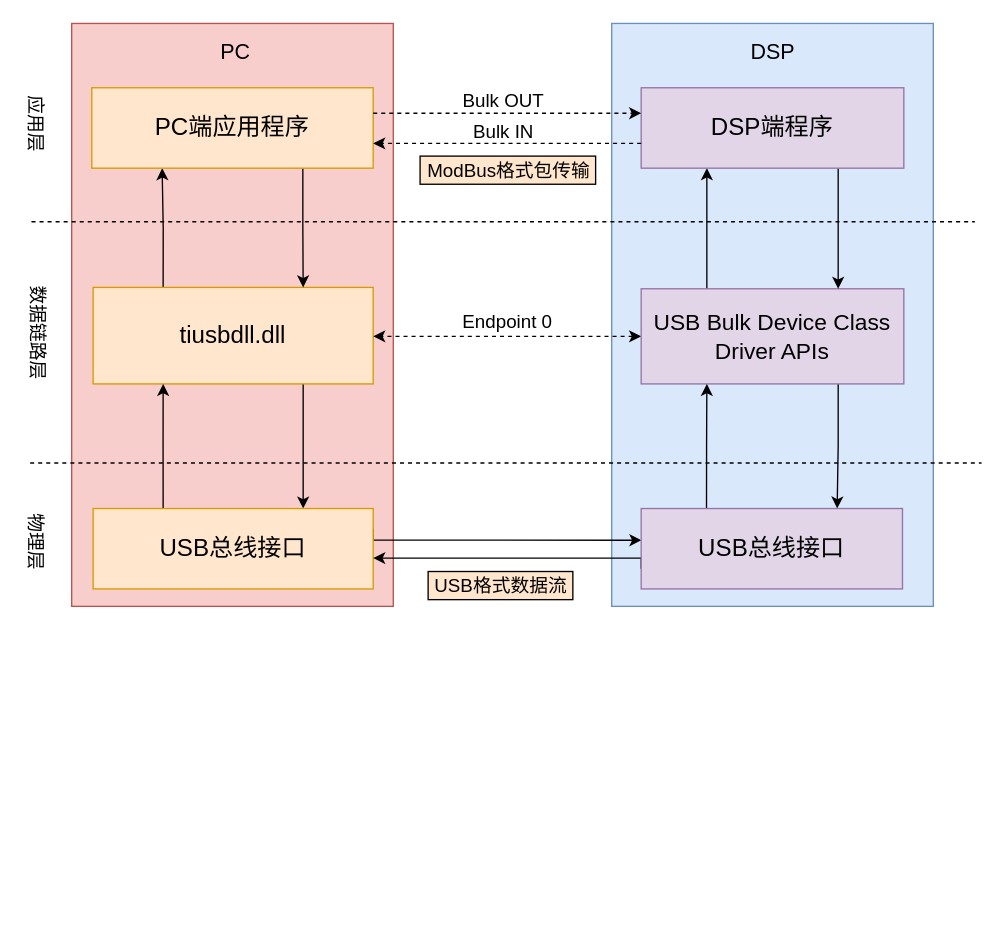
Earlier version of the draw.io diagram page "分层模型" (1 of 5) of Untitled Diagram.drawio (fuxinsen/test). Source tidied: cells renumbered, new cells numbered last; positions are measured from the earlier drawing's top-left corner, leaving out a move shared by most shapes. Both pictures are drawn from the tidied source at 134%, with x=0, y=0 at pixel (-15, 23).
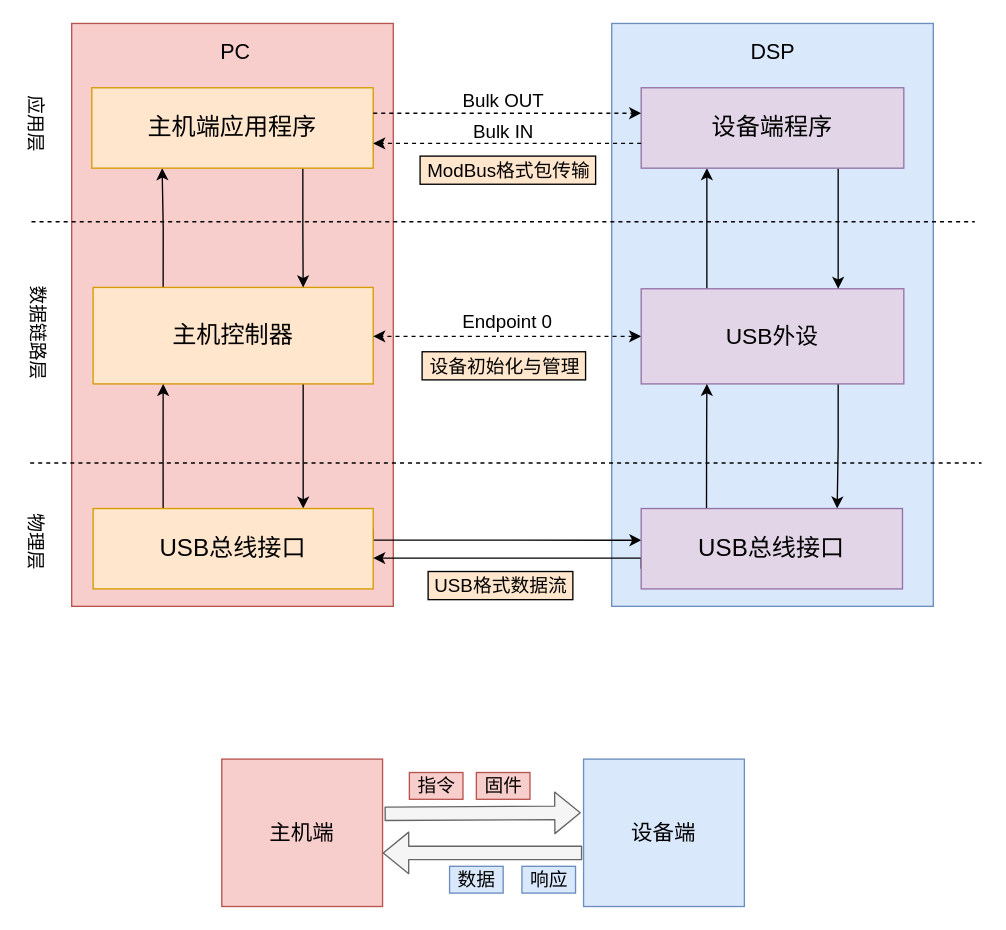
The same diagram, later.

Diff of the diagram source:
```diff
@@
-    <mxCell id="7" value="tiusbdll.dll" style="whiteSpace=wrap;html=1;shadow=0;fontSize=18;sketch=0;rounded=0;glass=0;strokeWidth=1;fillColor=#ffe6cc;strokeColor=#d79b00;" parent="1" vertex="1">
+    <mxCell id="7" value="主机控制器" style="whiteSpace=wrap;html=1;shadow=0;fontSize=18;sketch=0;rounded=0;glass=0;strokeWidth=1;fillColor=#ffe6cc;strokeColor=#d79b00;" parent="1" vertex="1">
       <mxGeometry x="80" y="197" width="209" height="72" as="geometry" />
     </mxCell>
@@
-    <mxCell id="14" value="&lt;font style=&quot;font-size: 17px&quot;&gt;USB Bulk Device Class &lt;br&gt;Driver APIs&lt;/font&gt;" style="whiteSpace=wrap;html=1;shadow=0;fontSize=18;sketch=0;rounded=0;glass=0;strokeWidth=1;fillColor=#e1d5e7;strokeColor=#9673a6;" parent="1" vertex="1">
+    <mxCell id="14" value="&lt;span style=&quot;font-size: 17px&quot;&gt;USB外设&lt;/span&gt;" style="whiteSpace=wrap;html=1;shadow=0;fontSize=18;sketch=0;rounded=0;glass=0;strokeWidth=1;fillColor=#e1d5e7;strokeColor=#9673a6;" parent="1" vertex="1">
       <mxGeometry x="489" y="198" width="196" height="71" as="geometry" />
     </mxCell>
@@
-    <mxCell id="19" value="PC端应用程序" style="whiteSpace=wrap;html=1;shadow=0;fontSize=18;sketch=0;rounded=0;glass=0;strokeWidth=1;fillColor=#ffe6cc;strokeColor=#d79b00;" parent="1" vertex="1">
+    <mxCell id="19" value="主机端应用程序" style="whiteSpace=wrap;html=1;shadow=0;fontSize=18;sketch=0;rounded=0;glass=0;strokeWidth=1;fillColor=#ffe6cc;strokeColor=#d79b00;" parent="1" vertex="1">
       <mxGeometry x="79" y="48" width="210" height="60" as="geometry" />
     </mxCell>
@@
-    <mxCell id="21" value="&lt;span&gt;DSP端程序&lt;/span&gt;" style="whiteSpace=wrap;html=1;shadow=0;fontSize=18;sketch=0;rounded=0;glass=0;fillColor=#e1d5e7;strokeWidth=1;strokeColor=#9673a6;" parent="1" vertex="1">
+    <mxCell id="21" value="&lt;span&gt;设备端程序&lt;/span&gt;" style="whiteSpace=wrap;html=1;shadow=0;fontSize=18;sketch=0;rounded=0;glass=0;fillColor=#e1d5e7;strokeWidth=1;strokeColor=#9673a6;" parent="1" vertex="1">
       <mxGeometry x="489" y="48" width="196" height="60" as="geometry" />
     </mxCell>
@@
+    <mxCell id="35" value="设备初始化与管理" style="text;html=1;align=center;verticalAlign=middle;fillColor=#ffe6cc;fontSize=14;shadow=0;strokeColor=#000000;strokeWidth=1;" parent="1" vertex="1">
+      <mxGeometry x="325.5" y="245" width="122" height="21" as="geometry" />
+    </mxCell>
+    <mxCell id="36" value="主机端" style="rounded=0;whiteSpace=wrap;html=1;shadow=0;fontSize=16;startSize=0;strokeWidth=1;strokeColor=#b85450;fillColor=#f8cecc;" parent="1" vertex="1">
+      <mxGeometry x="176" y="549" width="120" height="110" as="geometry" />
+    </mxCell>
+    <mxCell id="37" value="设备端" style="rounded=0;whiteSpace=wrap;html=1;shadow=0;fontSize=16;startSize=0;strokeWidth=1;strokeColor=#6c8ebf;fillColor=#dae8fc;" parent="1" vertex="1">
+      <mxGeometry x="446" y="549" width="120" height="110" as="geometry" />
+    </mxCell>
+    <mxCell id="38" style="shape=flexArrow;endArrow=classic;html=1;fillColor=#f5f5f5;strokeColor=#666666;exitX=1.012;exitY=0.371;exitDx=0;exitDy=0;exitPerimeter=0;" parent="1" edge="1" source="36">
+      <mxGeometry relative="1" as="geometry">
+        <mxPoint x="444" y="589" as="targetPoint" />
+      </mxGeometry>
+    </mxCell>
+    <mxCell id="39" value="固件" style="text;html=1;align=center;verticalAlign=middle;strokeColor=#b85450;fontSize=14;fillColor=#f8cecc;" parent="1" vertex="1">
+      <mxGeometry x="366" y="559" width="40" height="20" as="geometry" />
+    </mxCell>
+    <mxCell id="40" style="shape=flexArrow;endArrow=classic;html=1;fontSize=16;fillColor=#f5f5f5;strokeColor=#666666;" parent="1" edge="1">
+      <mxGeometry relative="1" as="geometry">
+        <mxPoint x="445" y="619" as="sourcePoint" />
+        <mxPoint x="296" y="619" as="targetPoint" />
+      </mxGeometry>
+    </mxCell>
+    <mxCell id="41" value="数据" style="text;html=1;align=center;verticalAlign=middle;strokeColor=#6c8ebf;fontSize=14;fillColor=#dae8fc;" parent="1" vertex="1">
+      <mxGeometry x="346" y="629" width="40" height="20" as="geometry" />
+    </mxCell>
+    <mxCell id="42" value="响应" style="text;html=1;align=center;verticalAlign=middle;strokeColor=#6c8ebf;fontSize=14;fillColor=#dae8fc;" parent="1" vertex="1">
+      <mxGeometry x="400" y="629" width="40" height="20" as="geometry" />
+    </mxCell>
+    <mxCell id="43" value="指令" style="text;html=1;align=center;verticalAlign=middle;strokeColor=#b85450;fontSize=14;fillColor=#f8cecc;" parent="1" vertex="1">
+      <mxGeometry x="316" y="559" width="40" height="20" as="geometry" />
+    </mxCell>
```
